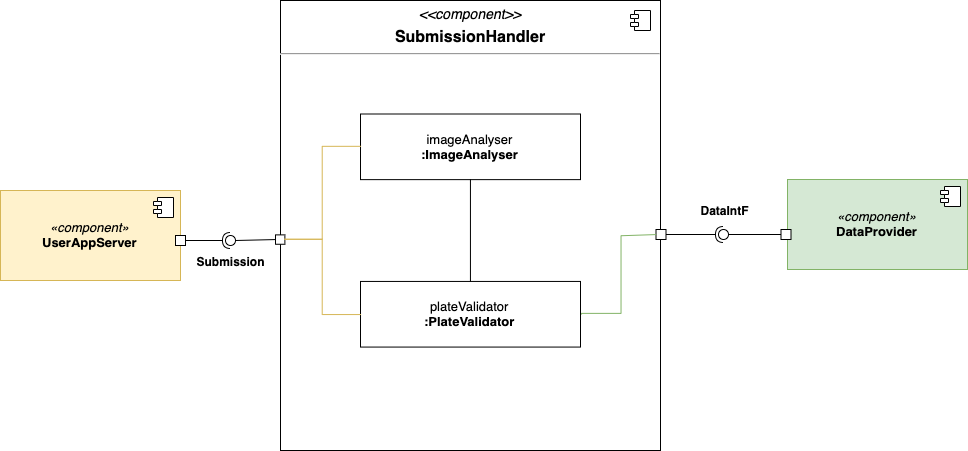
amecava/safestreets keeps this draw.io diagram as Releases/DD/img/diagrams/SubmissionHandlerComponent.png. Above is the earlier version. Source tidied: cells renumbered, new cells last; positions are measured from the earlier drawing's top-left corner, leaving out a move shared by most shapes.
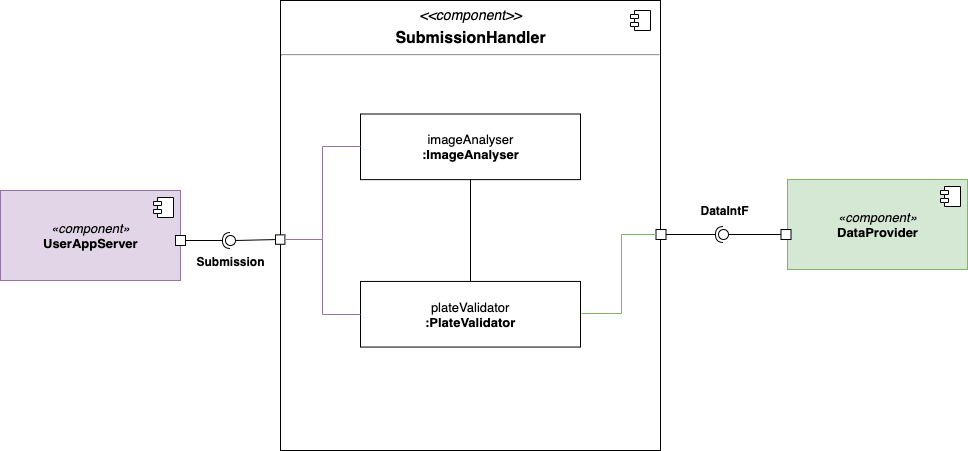
Later version of the same file.

Diff of the diagram source:
```diff
@@ -5,7 +5,7 @@
     <mxCell id="2" value="&lt;p style=&quot;margin: 6px 0px 0px ; text-align: center ; font-size: 14px&quot;&gt;&lt;i&gt;&lt;font style=&quot;font-size: 14px&quot;&gt;&amp;lt;&amp;lt;component&amp;gt;&amp;gt;&lt;/font&gt;&lt;/i&gt;&lt;/p&gt;&lt;p style=&quot;margin: 6px 0px 0px ; text-align: center&quot;&gt;&lt;b&gt;&lt;font style=&quot;font-size: 16px&quot;&gt;SubmissionHandler&lt;/font&gt;&lt;/b&gt;&lt;/p&gt;&lt;hr&gt;&lt;p style=&quot;margin: 0px ; margin-left: 8px&quot;&gt;&lt;br&gt;&lt;/p&gt;" style="align=left;overflow=fill;html=1;" parent="1" vertex="1">
       <mxGeometry x="280" width="380" height="450" as="geometry" />
     </mxCell>
-    <mxCell id="3" value="&lt;i style=&quot;font-size: 13px;&quot;&gt;«component»&lt;br style=&quot;font-size: 13px;&quot;&gt;&lt;/i&gt;&lt;b style=&quot;font-size: 13px;&quot;&gt;UserAppServer&lt;/b&gt;" style="html=1;fillColor=#fff2cc;strokeColor=#d6b656;fontSize=13;" parent="1" vertex="1">
+    <mxCell id="3" value="&lt;i style=&quot;font-size: 13px;&quot;&gt;«component»&lt;br style=&quot;font-size: 13px;&quot;&gt;&lt;/i&gt;&lt;b style=&quot;font-size: 13px;&quot;&gt;UserAppServer&lt;/b&gt;" style="html=1;fillColor=#e1d5e7;strokeColor=#9673a6;fontSize=13;" parent="1" vertex="1">
       <mxGeometry y="190" width="180" height="90" as="geometry" />
     </mxCell>
     <mxCell id="4" style="shape=component;jettyWidth=8;jettyHeight=4;" parent="3" vertex="1">
@@ -80,10 +80,10 @@
     <mxCell id="23" style="whiteSpace=wrap;html=1;" parent="1" vertex="1">
       <mxGeometry x="275" y="234.4" width="9.4" height="9.4" as="geometry" />
     </mxCell>
-    <mxCell id="24" style="endArrow=none;html=1;exitX=0;exitY=0.5;exitDx=0;exitDy=0;entryX=1;entryY=0.5;entryDx=0;entryDy=0;edgeStyle=orthogonalEdgeStyle;rounded=0;fillColor=#fff2cc;strokeColor=#d6b656;" parent="1" edge="1" source="20" target="23">
+    <mxCell id="24" style="endArrow=none;html=1;exitX=0;exitY=0.5;exitDx=0;exitDy=0;entryX=1;entryY=0.5;entryDx=0;entryDy=0;edgeStyle=orthogonalEdgeStyle;rounded=0;fillColor=#e1d5e7;strokeColor=#9673a6;" parent="1" edge="1" source="20" target="23">
       <mxGeometry relative="1" as="geometry" />
     </mxCell>
-    <mxCell id="25" style="endArrow=none;html=1;fontSize=13;entryX=1;entryY=0.5;entryDx=0;entryDy=0;exitX=0;exitY=0.5;exitDx=0;exitDy=0;fillColor=#fff2cc;strokeColor=#d6b656;rounded=0;edgeStyle=orthogonalEdgeStyle;" parent="1" edge="1" source="21" target="23">
+    <mxCell id="25" style="endArrow=none;html=1;fontSize=13;entryX=1;entryY=0.5;entryDx=0;entryDy=0;exitX=0;exitY=0.5;exitDx=0;exitDy=0;fillColor=#e1d5e7;strokeColor=#9673a6;rounded=0;edgeStyle=orthogonalEdgeStyle;" parent="1" edge="1" source="21" target="23">
       <mxGeometry relative="1" as="geometry" />
     </mxCell>
   </root>
```
